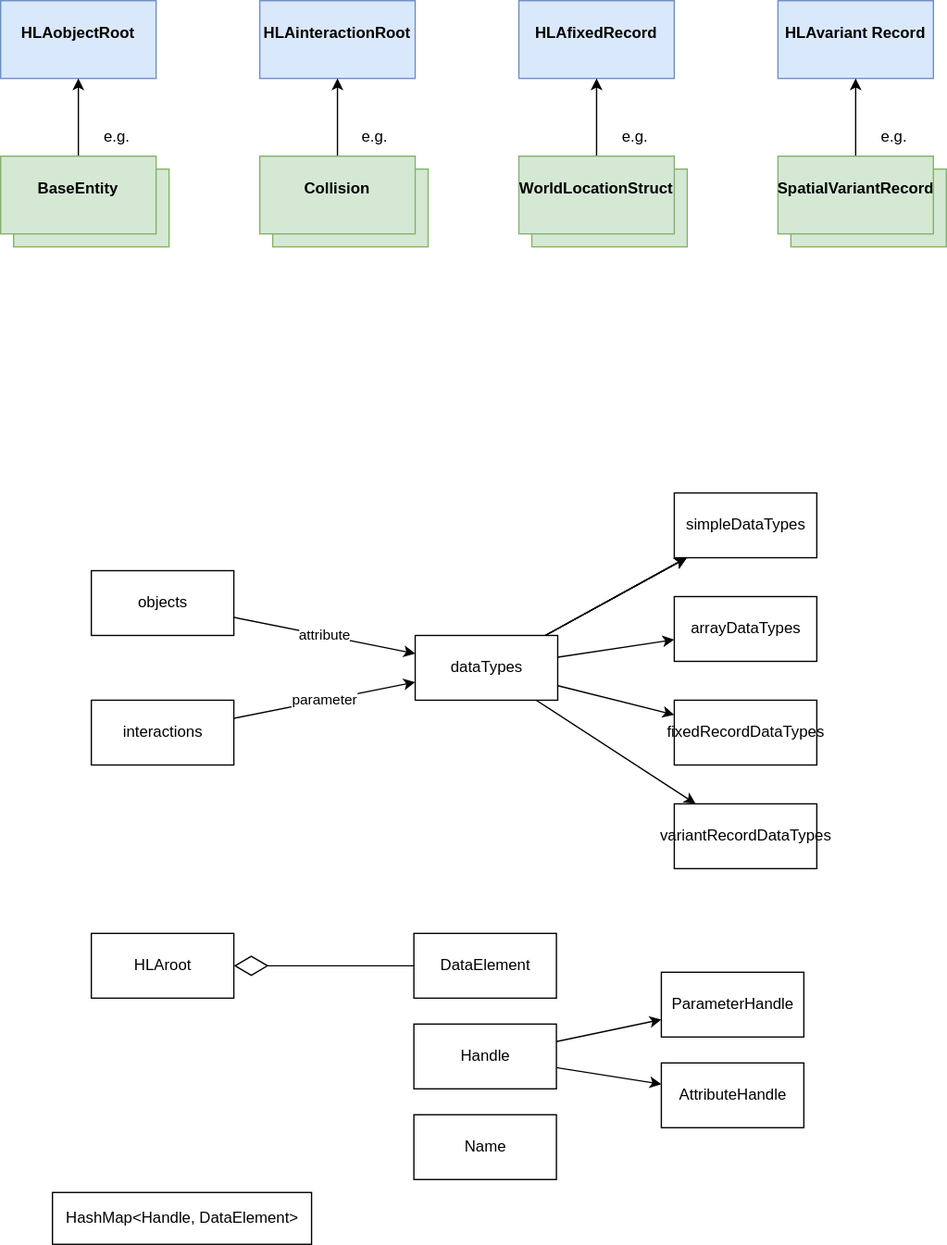
Earlier version of the draw.io export docs/src/images/omt-helper-base-entity.drawio.svg (IVCTool/TS_RPR_FOM). Source tidied: cells renumbered, new cells last; positions are measured from the earlier drawing's top-left corner, leaving out a move shared by most shapes. Source of this version:
```xml
<mxGraphModel>
  <root>
    <mxCell id="0" />
    <mxCell id="1" parent="0" />
    <mxCell id="2" value="&lt;p style=&quot;margin:0px;margin-top:4px;text-align:center;&quot;&gt;&lt;br&gt;&lt;br&gt;&lt;/p&gt;" style="verticalAlign=top;align=left;overflow=fill;fontSize=12;fontFamily=Helvetica;html=1;fillColor=#d5e8d4;strokeColor=#82b366;" parent="1" vertex="1">
      <mxGeometry x="210" y="130" width="120" height="60" as="geometry" />
    </mxCell>
    <mxCell id="3" value="&lt;p style=&quot;margin:0px;margin-top:4px;text-align:center;&quot;&gt;&lt;br&gt;&lt;br&gt;&lt;/p&gt;" style="verticalAlign=top;align=left;overflow=fill;fontSize=12;fontFamily=Helvetica;html=1;fillColor=#d5e8d4;strokeColor=#82b366;" parent="1" vertex="1">
      <mxGeometry x="410" y="130" width="120" height="60" as="geometry" />
    </mxCell>
    <mxCell id="4" value="&lt;p style=&quot;margin:0px;margin-top:4px;text-align:center;&quot;&gt;&lt;br&gt;&lt;br&gt;&lt;/p&gt;" style="verticalAlign=top;align=left;overflow=fill;fontSize=12;fontFamily=Helvetica;html=1;fillColor=#d5e8d4;strokeColor=#82b366;" parent="1" vertex="1">
      <mxGeometry x="610" y="130" width="120" height="60" as="geometry" />
    </mxCell>
    <mxCell id="5" value="&lt;p style=&quot;margin:0px;margin-top:4px;text-align:center;&quot;&gt;&lt;br&gt;&lt;br&gt;&lt;/p&gt;" style="verticalAlign=top;align=left;overflow=fill;fontSize=12;fontFamily=Helvetica;html=1;fillColor=#d5e8d4;strokeColor=#82b366;" parent="1" vertex="1">
      <mxGeometry x="10" y="130" width="120" height="60" as="geometry" />
    </mxCell>
    <mxCell id="6" value="&lt;p style=&quot;margin:0px;margin-top:4px;text-align:center;&quot;&gt;&lt;br&gt;&lt;b&gt;HLAobjectRoot&lt;/b&gt;&lt;/p&gt;" style="verticalAlign=top;align=left;overflow=fill;fontSize=12;fontFamily=Helvetica;html=1;fillColor=#dae8fc;strokeColor=#6c8ebf;" parent="1" vertex="1">
      <mxGeometry width="120" height="60" as="geometry" />
    </mxCell>
    <mxCell id="7" value="&lt;p style=&quot;margin:0px;margin-top:4px;text-align:center;&quot;&gt;&lt;br&gt;&lt;b&gt;HLAinteractionRoot&lt;/b&gt;&lt;/p&gt;" style="verticalAlign=top;align=left;overflow=fill;fontSize=12;fontFamily=Helvetica;html=1;fillColor=#dae8fc;strokeColor=#6c8ebf;" parent="1" vertex="1">
      <mxGeometry x="200" width="120" height="60" as="geometry" />
    </mxCell>
    <mxCell id="8" value="&lt;p style=&quot;margin:0px;margin-top:4px;text-align:center;&quot;&gt;&lt;br&gt;&lt;b&gt;HLAfixedRecord&lt;/b&gt;&lt;/p&gt;" style="verticalAlign=top;align=left;overflow=fill;fontSize=12;fontFamily=Helvetica;html=1;fillColor=#dae8fc;strokeColor=#6c8ebf;" parent="1" vertex="1">
      <mxGeometry x="400" width="120" height="60" as="geometry" />
    </mxCell>
    <mxCell id="9" value="&lt;p style=&quot;margin:0px;margin-top:4px;text-align:center;&quot;&gt;&lt;br&gt;&lt;b&gt;HLAvariant&lt;/b&gt;&lt;b style=&quot;background-color: initial;&quot;&gt;Record&lt;/b&gt;&lt;/p&gt;" style="verticalAlign=top;align=left;overflow=fill;fontSize=12;fontFamily=Helvetica;html=1;fillColor=#dae8fc;strokeColor=#6c8ebf;" parent="1" vertex="1">
      <mxGeometry x="600" width="120" height="60" as="geometry" />
    </mxCell>
    <mxCell id="10" style="edgeStyle=none;html=1;" parent="1" edge="1" source="11" target="6">
      <mxGeometry relative="1" as="geometry" />
    </mxCell>
    <mxCell id="11" value="&lt;p style=&quot;margin:0px;margin-top:4px;text-align:center;&quot;&gt;&lt;br&gt;&lt;b&gt;BaseEntity&lt;/b&gt;&lt;/p&gt;" style="verticalAlign=top;align=left;overflow=fill;fontSize=12;fontFamily=Helvetica;html=1;fillColor=#d5e8d4;strokeColor=#82b366;" parent="1" vertex="1">
      <mxGeometry y="120" width="120" height="60" as="geometry" />
    </mxCell>
    <mxCell id="12" style="edgeStyle=none;html=1;" parent="1" edge="1" source="13" target="9">
      <mxGeometry relative="1" as="geometry" />
    </mxCell>
    <mxCell id="13" value="&lt;p style=&quot;margin:0px;margin-top:4px;text-align:center;&quot;&gt;&lt;br&gt;&lt;b&gt;SpatialVariantRecord&lt;/b&gt;&lt;/p&gt;" style="verticalAlign=top;align=left;overflow=fill;fontSize=12;fontFamily=Helvetica;html=1;fillColor=#d5e8d4;strokeColor=#82b366;" parent="1" vertex="1">
      <mxGeometry x="600" y="120" width="120" height="60" as="geometry" />
    </mxCell>
    <mxCell id="14" style="edgeStyle=none;html=1;" parent="1" edge="1" source="15" target="8">
      <mxGeometry relative="1" as="geometry" />
    </mxCell>
    <mxCell id="15" value="&lt;p style=&quot;margin:0px;margin-top:4px;text-align:center;&quot;&gt;&lt;br&gt;&lt;b&gt;WorldLocationStruct&lt;/b&gt;&lt;/p&gt;" style="verticalAlign=top;align=left;overflow=fill;fontSize=12;fontFamily=Helvetica;html=1;fillColor=#d5e8d4;strokeColor=#82b366;" parent="1" vertex="1">
      <mxGeometry x="400" y="120" width="120" height="60" as="geometry" />
    </mxCell>
    <mxCell id="16" style="edgeStyle=none;html=1;" parent="1" edge="1" source="17" target="7">
      <mxGeometry relative="1" as="geometry" />
    </mxCell>
    <mxCell id="17" value="&lt;p style=&quot;margin:0px;margin-top:4px;text-align:center;&quot;&gt;&lt;br&gt;&lt;b&gt;Collision&lt;/b&gt;&lt;/p&gt;" style="verticalAlign=top;align=left;overflow=fill;fontSize=12;fontFamily=Helvetica;html=1;fillColor=#d5e8d4;strokeColor=#82b366;" parent="1" vertex="1">
      <mxGeometry x="200" y="120" width="120" height="60" as="geometry" />
    </mxCell>
    <mxCell id="18" style="edgeStyle=none;html=1;" parent="1" edge="1" source="25" target="26">
      <mxGeometry relative="1" as="geometry" />
    </mxCell>
    <mxCell id="19" style="edgeStyle=none;html=1;" parent="1" edge="1" source="25" target="26">
      <mxGeometry relative="1" as="geometry" />
    </mxCell>
    <mxCell id="20" style="edgeStyle=none;html=1;" parent="1" edge="1" source="25" target="26">
      <mxGeometry relative="1" as="geometry" />
    </mxCell>
    <mxCell id="21" style="edgeStyle=none;html=1;" parent="1" edge="1" source="25" target="26">
      <mxGeometry relative="1" as="geometry" />
    </mxCell>
    <mxCell id="22" style="edgeStyle=none;html=1;" parent="1" edge="1" source="25" target="27">
      <mxGeometry relative="1" as="geometry" />
    </mxCell>
    <mxCell id="23" style="edgeStyle=none;html=1;" parent="1" edge="1" source="25" target="32">
      <mxGeometry relative="1" as="geometry" />
    </mxCell>
    <mxCell id="24" style="edgeStyle=none;html=1;" parent="1" edge="1" source="25" target="33">
      <mxGeometry relative="1" as="geometry" />
    </mxCell>
    <mxCell id="25" value="dataTypes" style="html=1;" parent="1" vertex="1">
      <mxGeometry x="320" y="490" width="110" height="50" as="geometry" />
    </mxCell>
    <mxCell id="26" value="simpleDataTypes" style="html=1;" parent="1" vertex="1">
      <mxGeometry x="520" y="380" width="110" height="50" as="geometry" />
    </mxCell>
    <mxCell id="27" value="arrayDataTypes" style="html=1;" parent="1" vertex="1">
      <mxGeometry x="520" y="460" width="110" height="50" as="geometry" />
    </mxCell>
    <mxCell id="28" value="attribute" style="edgeStyle=none;html=1;" parent="1" edge="1" source="29" target="25">
      <mxGeometry relative="1" as="geometry" />
    </mxCell>
    <mxCell id="29" value="objects" style="html=1;" parent="1" vertex="1">
      <mxGeometry x="70" y="440" width="110" height="50" as="geometry" />
    </mxCell>
    <mxCell id="30" value="parameter" style="edgeStyle=none;html=1;" parent="1" edge="1" source="31" target="25">
      <mxGeometry relative="1" as="geometry" />
    </mxCell>
    <mxCell id="31" value="interactions" style="html=1;" parent="1" vertex="1">
      <mxGeometry x="70" y="540" width="110" height="50" as="geometry" />
    </mxCell>
    <mxCell id="32" value="fixedRecordDataTypes" style="html=1;" parent="1" vertex="1">
      <mxGeometry x="520" y="540" width="110" height="50" as="geometry" />
    </mxCell>
    <mxCell id="33" value="variantRecordDataTypes" style="html=1;" parent="1" vertex="1">
      <mxGeometry x="520" y="620" width="110" height="50" as="geometry" />
    </mxCell>
    <mxCell id="34" value="HLAroot" style="html=1;" parent="1" vertex="1">
      <mxGeometry x="70" y="720" width="110" height="50" as="geometry" />
    </mxCell>
    <mxCell id="35" value="DataElement" style="html=1;" parent="1" vertex="1">
      <mxGeometry x="319" y="720" width="110" height="50" as="geometry" />
    </mxCell>
    <mxCell id="36" style="endArrow=diamondThin;endFill=0;endSize=24;html=1;" parent="1" edge="1" source="35" target="34">
      <mxGeometry relative="1" as="geometry" />
    </mxCell>
    <mxCell id="37" style="edgeStyle=none;html=1;" parent="1" edge="1" source="39" target="40">
      <mxGeometry relative="1" as="geometry" />
    </mxCell>
    <mxCell id="38" style="edgeStyle=none;html=1;" parent="1" edge="1" source="39" target="41">
      <mxGeometry relative="1" as="geometry" />
    </mxCell>
    <mxCell id="39" value="Handle" style="html=1;" parent="1" vertex="1">
      <mxGeometry x="319" y="790" width="110" height="50" as="geometry" />
    </mxCell>
    <mxCell id="40" value="ParameterHandle" style="html=1;" parent="1" vertex="1">
      <mxGeometry x="510" y="750" width="110" height="50" as="geometry" />
    </mxCell>
    <mxCell id="41" value="AttributeHandle" style="html=1;" parent="1" vertex="1">
      <mxGeometry x="510" y="820" width="110" height="50" as="geometry" />
    </mxCell>
    <mxCell id="42" value="Name" style="html=1;" parent="1" vertex="1">
      <mxGeometry x="319" y="860" width="110" height="50" as="geometry" />
    </mxCell>
    <mxCell id="43" value="HashMap&amp;lt;Handle, DataElement&amp;gt;" style="html=1;" parent="1" vertex="1">
      <mxGeometry x="40" y="920" width="200" height="40" as="geometry" />
    </mxCell>
    <mxCell id="44" value="e.g." style="text;html=1;strokeColor=none;fillColor=none;align=center;verticalAlign=middle;whiteSpace=wrap;rounded=0;" parent="1" vertex="1">
      <mxGeometry x="60" y="90" width="60" height="30" as="geometry" />
    </mxCell>
    <mxCell id="45" value="e.g." style="text;html=1;strokeColor=none;fillColor=none;align=center;verticalAlign=middle;whiteSpace=wrap;rounded=0;" parent="1" vertex="1">
      <mxGeometry x="259" y="90" width="60" height="30" as="geometry" />
    </mxCell>
    <mxCell id="46" value="e.g." style="text;html=1;strokeColor=none;fillColor=none;align=center;verticalAlign=middle;whiteSpace=wrap;rounded=0;" parent="1" vertex="1">
      <mxGeometry x="460" y="90" width="60" height="30" as="geometry" />
    </mxCell>
    <mxCell id="47" value="e.g." style="text;html=1;strokeColor=none;fillColor=none;align=center;verticalAlign=middle;whiteSpace=wrap;rounded=0;" parent="1" vertex="1">
      <mxGeometry x="660" y="90" width="60" height="30" as="geometry" />
    </mxCell>
  </root>
</mxGraphModel>
```
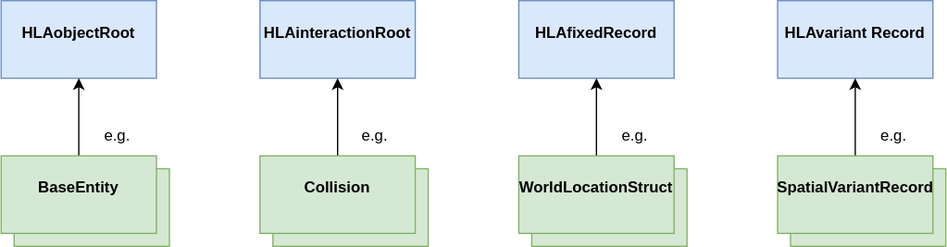
After the commit.

Diff of the diagram source:
```diff
@@ -50,84 +50,6 @@
     <mxCell id="17" value="&lt;p style=&quot;margin:0px;margin-top:4px;text-align:center;&quot;&gt;&lt;br&gt;&lt;b&gt;Collision&lt;/b&gt;&lt;/p&gt;" style="verticalAlign=top;align=left;overflow=fill;fontSize=12;fontFamily=Helvetica;html=1;fillColor=#d5e8d4;strokeColor=#82b366;" parent="1" vertex="1">
       <mxGeometry x="200" y="120" width="120" height="60" as="geometry" />
     </mxCell>
-    <mxCell id="18" style="edgeStyle=none;html=1;" parent="1" edge="1" source="25" target="26">
-      <mxGeometry relative="1" as="geometry" />
-    </mxCell>
-    <mxCell id="19" style="edgeStyle=none;html=1;" parent="1" edge="1" source="25" target="26">
-      <mxGeometry relative="1" as="geometry" />
-    </mxCell>
-    <mxCell id="20" style="edgeStyle=none;html=1;" parent="1" edge="1" source="25" target="26">
-      <mxGeometry relative="1" as="geometry" />
-    </mxCell>
-    <mxCell id="21" style="edgeStyle=none;html=1;" parent="1" edge="1" source="25" target="26">
-      <mxGeometry relative="1" as="geometry" />
-    </mxCell>
-    <mxCell id="22" style="edgeStyle=none;html=1;" parent="1" edge="1" source="25" target="27">
-      <mxGeometry relative="1" as="geometry" />
-    </mxCell>
-    <mxCell id="23" style="edgeStyle=none;html=1;" parent="1" edge="1" source="25" target="32">
-      <mxGeometry relative="1" as="geometry" />
-    </mxCell>
-    <mxCell id="24" style="edgeStyle=none;html=1;" parent="1" edge="1" source="25" target="33">
-      <mxGeometry relative="1" as="geometry" />
-    </mxCell>
-    <mxCell id="25" value="dataTypes" style="html=1;" parent="1" vertex="1">
-      <mxGeometry x="320" y="490" width="110" height="50" as="geometry" />
-    </mxCell>
-    <mxCell id="26" value="simpleDataTypes" style="html=1;" parent="1" vertex="1">
-      <mxGeometry x="520" y="380" width="110" height="50" as="geometry" />
-    </mxCell>
-    <mxCell id="27" value="arrayDataTypes" style="html=1;" parent="1" vertex="1">
-      <mxGeometry x="520" y="460" width="110" height="50" as="geometry" />
-    </mxCell>
-    <mxCell id="28" value="attribute" style="edgeStyle=none;html=1;" parent="1" edge="1" source="29" target="25">
-      <mxGeometry relative="1" as="geometry" />
-    </mxCell>
-    <mxCell id="29" value="objects" style="html=1;" parent="1" vertex="1">
-      <mxGeometry x="70" y="440" width="110" height="50" as="geometry" />
-    </mxCell>
-    <mxCell id="30" value="parameter" style="edgeStyle=none;html=1;" parent="1" edge="1" source="31" target="25">
-      <mxGeometry relative="1" as="geometry" />
-    </mxCell>
-    <mxCell id="31" value="interactions" style="html=1;" parent="1" vertex="1">
-      <mxGeometry x="70" y="540" width="110" height="50" as="geometry" />
-    </mxCell>
-    <mxCell id="32" value="fixedRecordDataTypes" style="html=1;" parent="1" vertex="1">
-      <mxGeometry x="520" y="540" width="110" height="50" as="geometry" />
-    </mxCell>
-    <mxCell id="33" value="variantRecordDataTypes" style="html=1;" parent="1" vertex="1">
-      <mxGeometry x="520" y="620" width="110" height="50" as="geometry" />
-    </mxCell>
-    <mxCell id="34" value="HLAroot" style="html=1;" parent="1" vertex="1">
-      <mxGeometry x="70" y="720" width="110" height="50" as="geometry" />
-    </mxCell>
-    <mxCell id="35" value="DataElement" style="html=1;" parent="1" vertex="1">
-      <mxGeometry x="319" y="720" width="110" height="50" as="geometry" />
-    </mxCell>
-    <mxCell id="36" style="endArrow=diamondThin;endFill=0;endSize=24;html=1;" parent="1" edge="1" source="35" target="34">
-      <mxGeometry relative="1" as="geometry" />
-    </mxCell>
-    <mxCell id="37" style="edgeStyle=none;html=1;" parent="1" edge="1" source="39" target="40">
-      <mxGeometry relative="1" as="geometry" />
-    </mxCell>
-    <mxCell id="38" style="edgeStyle=none;html=1;" parent="1" edge="1" source="39" target="41">
-      <mxGeometry relative="1" as="geometry" />
-    </mxCell>
-    <mxCell id="39" value="Handle" style="html=1;" parent="1" vertex="1">
-      <mxGeometry x="319" y="790" width="110" height="50" as="geometry" />
-    </mxCell>
-    <mxCell id="40" value="ParameterHandle" style="html=1;" parent="1" vertex="1">
-      <mxGeometry x="510" y="750" width="110" height="50" as="geometry" />
-    </mxCell>
-    <mxCell id="41" value="AttributeHandle" style="html=1;" parent="1" vertex="1">
-      <mxGeometry x="510" y="820" width="110" height="50" as="geometry" />
-    </mxCell>
-    <mxCell id="42" value="Name" style="html=1;" parent="1" vertex="1">
-      <mxGeometry x="319" y="860" width="110" height="50" as="geometry" />
-    </mxCell>
-    <mxCell id="43" value="HashMap&amp;lt;Handle, DataElement&amp;gt;" style="html=1;" parent="1" vertex="1">
-      <mxGeometry x="40" y="920" width="200" height="40" as="geometry" />
-    </mxCell>
     <mxCell id="44" value="e.g." style="text;html=1;strokeColor=none;fillColor=none;align=center;verticalAlign=middle;whiteSpace=wrap;rounded=0;" parent="1" vertex="1">
       <mxGeometry x="60" y="90" width="60" height="30" as="geometry" />
     </mxCell>
```
